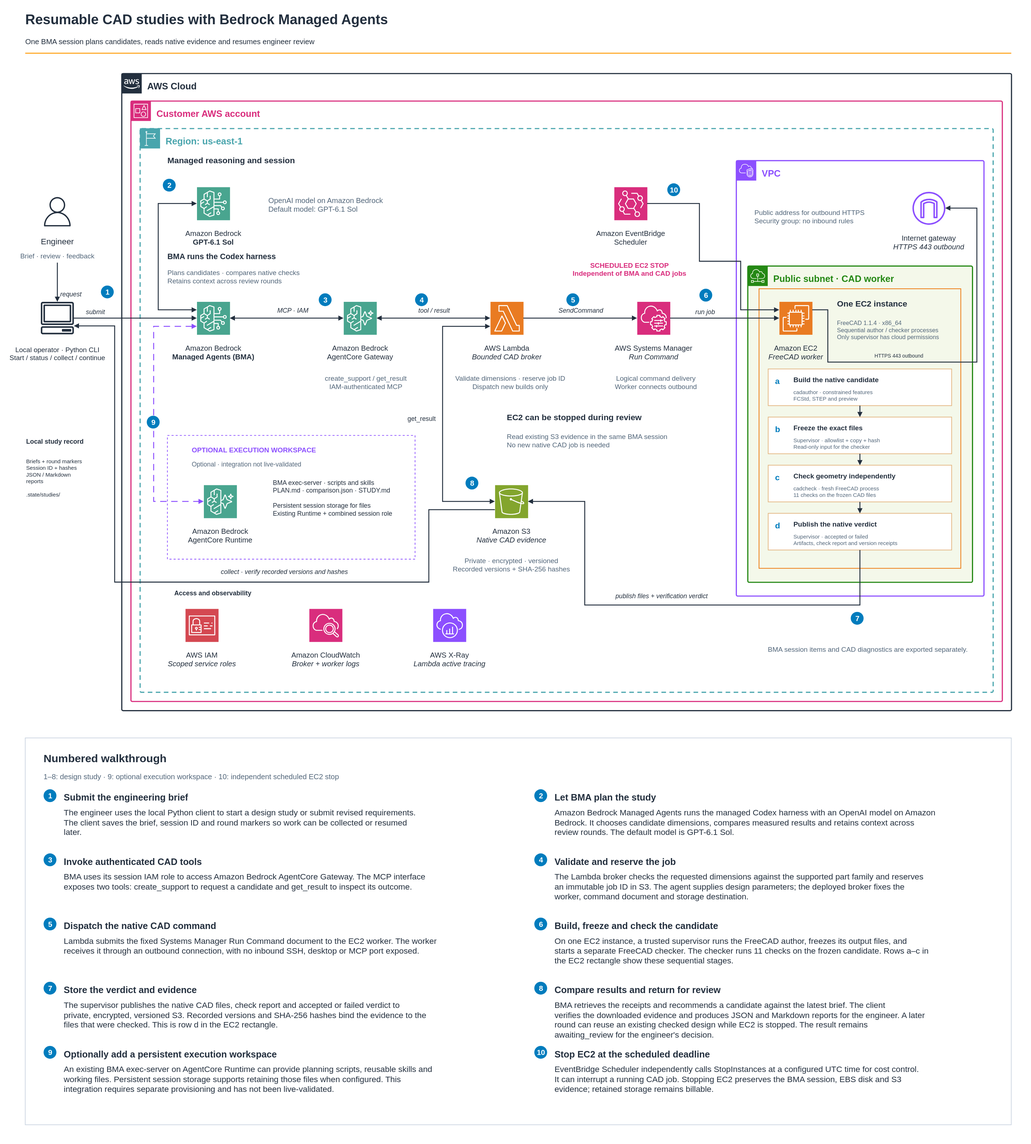
This is samples/cad-workflow/docs/architecture.svg from openai-on-aws/bedrock-managed-agents, a draw.io export, as it was before one commit. Source tidied: cells renumbered, new cells last; positions are measured from the earlier drawing's top-left corner, leaving out a move shared by most shapes.
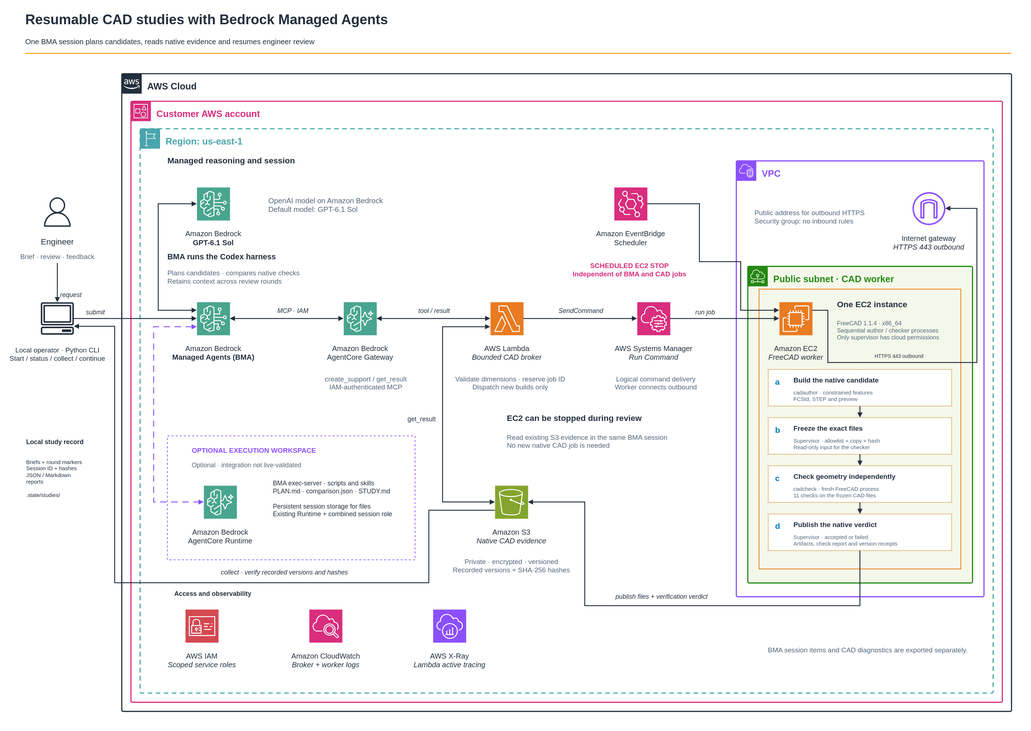
The same file after the commit.

Commit message:
Move the numbered architecture walkthrough into the README

What changed in the source:
```diff
@@ -395,134 +395,5 @@
         </Array>
       </mxGeometry>
     </mxCell>
-    <mxCell id="119" value="1" style="ellipse;html=1;align=center;verticalAlign=middle;fillColor=#007CBD;strokeColor=none;strokeWidth=1;fontColor=#FFFFFF;fontSize=16;fontStyle=1;shadow=0;glass=0;labelBackgroundColor=none;fontFamily=Helvetica;" parent="1" vertex="1">
-      <mxGeometry x="200" y="603" width="28" height="28" as="geometry" />
-    </mxCell>
-    <mxCell id="120" value="2" style="ellipse;html=1;align=center;verticalAlign=middle;fillColor=#007CBD;strokeColor=none;strokeWidth=1;fontColor=#FFFFFF;fontSize=16;fontStyle=1;shadow=0;glass=0;labelBackgroundColor=none;fontFamily=Helvetica;" parent="1" vertex="1">
-      <mxGeometry x="335" y="370" width="28" height="28" as="geometry" />
-    </mxCell>
-    <mxCell id="121" value="3" style="ellipse;html=1;align=center;verticalAlign=middle;fillColor=#007CBD;strokeColor=none;strokeWidth=1;fontColor=#FFFFFF;fontSize=16;fontStyle=1;shadow=0;glass=0;labelBackgroundColor=none;fontFamily=Helvetica;" parent="1" vertex="1">
-      <mxGeometry x="675" y="620" width="28" height="28" as="geometry" />
-    </mxCell>
-    <mxCell id="122" value="4" style="ellipse;html=1;align=center;verticalAlign=middle;fillColor=#007CBD;strokeColor=none;strokeWidth=1;fontColor=#FFFFFF;fontSize=16;fontStyle=1;shadow=0;glass=0;labelBackgroundColor=none;fontFamily=Helvetica;" parent="1" vertex="1">
-      <mxGeometry x="885" y="620" width="28" height="28" as="geometry" />
-    </mxCell>
-    <mxCell id="123" value="5" style="ellipse;html=1;align=center;verticalAlign=middle;fillColor=#007CBD;strokeColor=none;strokeWidth=1;fontColor=#FFFFFF;fontSize=16;fontStyle=1;shadow=0;glass=0;labelBackgroundColor=none;fontFamily=Helvetica;" parent="1" vertex="1">
-      <mxGeometry x="1215" y="620" width="28" height="28" as="geometry" />
-    </mxCell>
-    <mxCell id="124" value="6" style="ellipse;html=1;align=center;verticalAlign=middle;fillColor=#007CBD;strokeColor=none;strokeWidth=1;fontColor=#FFFFFF;fontSize=16;fontStyle=1;shadow=0;glass=0;labelBackgroundColor=none;fontFamily=Helvetica;" parent="1" vertex="1">
-      <mxGeometry x="1505" y="610" width="28" height="28" as="geometry" />
-    </mxCell>
-    <mxCell id="125" value="7" style="ellipse;html=1;align=center;verticalAlign=middle;fillColor=#007CBD;strokeColor=none;strokeWidth=1;fontColor=#FFFFFF;fontSize=16;fontStyle=1;shadow=0;glass=0;labelBackgroundColor=none;fontFamily=Helvetica;" parent="1" vertex="1">
-      <mxGeometry x="1835" y="1315" width="28" height="28" as="geometry" />
-    </mxCell>
-    <mxCell id="126" value="8" style="ellipse;html=1;align=center;verticalAlign=middle;fillColor=#007CBD;strokeColor=none;strokeWidth=1;fontColor=#FFFFFF;fontSize=16;fontStyle=1;shadow=0;glass=0;labelBackgroundColor=none;fontFamily=Helvetica;" parent="1" vertex="1">
-      <mxGeometry x="995" y="1020" width="28" height="28" as="geometry" />
-    </mxCell>
-    <mxCell id="127" value="9" style="ellipse;html=1;align=center;verticalAlign=middle;fillColor=#007CBD;strokeColor=none;strokeWidth=1;fontColor=#FFFFFF;fontSize=16;fontStyle=1;shadow=0;glass=0;labelBackgroundColor=none;fontFamily=Helvetica;" parent="1" vertex="1">
-      <mxGeometry x="300" y="887" width="28" height="28" as="geometry" />
-    </mxCell>
-    <mxCell id="128" value="10" style="ellipse;html=1;align=center;verticalAlign=middle;fillColor=#007CBD;strokeColor=none;strokeWidth=1;fontColor=#FFFFFF;fontSize=16;fontStyle=1;shadow=0;glass=0;labelBackgroundColor=none;fontFamily=Helvetica;" parent="1" vertex="1">
-      <mxGeometry x="1435" y="380" width="28" height="28" as="geometry" />
-    </mxCell>
-    <mxCell id="129" style="rounded=0;html=1;strokeWidth=1.5;strokeColor=#CBD5E1;fillColor=light-dark(#FFFFFF,#151F2D);fillStyle=auto;dashed=0;fontFamily=Helvetica;" parent="1" vertex="1">
-      <mxGeometry x="35" y="1590" width="2150" height="844" as="geometry" />
-    </mxCell>
-    <mxCell id="130" value="Numbered walkthrough" style="text;html=1;whiteSpace=wrap;strokeColor=none;fillColor=none;align=left;verticalAlign=top;fontSize=24;fontStyle=1;fontColor=light-dark(#232F3E,#F4F7FA);spacing=0;overflow=hidden;fontFamily=Helvetica;" parent="129" vertex="1">
-      <mxGeometry x="40" y="26" width="2070" height="34" as="geometry" />
-    </mxCell>
-    <mxCell id="131" value="1–8: design study  ·  9: optional execution workspace  ·  10: independent scheduled EC2 stop" style="text;html=1;whiteSpace=wrap;strokeColor=none;fillColor=none;align=left;verticalAlign=top;fontSize=16;fontStyle=0;fontColor=light-dark(#52667A,#BDCADA);spacing=0;overflow=hidden;fontFamily=Helvetica;" parent="129" vertex="1">
-      <mxGeometry x="40" y="70" width="2070" height="24" as="geometry" />
-    </mxCell>
-    <mxCell id="132" value="1" style="ellipse;html=1;align=center;verticalAlign=middle;fillColor=#007CBD;strokeColor=none;strokeWidth=1;fontColor=#FFFFFF;fontSize=16;fontStyle=1;shadow=0;glass=0;labelBackgroundColor=none;fontFamily=Helvetica;" parent="129" vertex="1">
-      <mxGeometry x="40" y="112" width="28" height="28" as="geometry" />
-    </mxCell>
-    <mxCell id="133" value="Submit the engineering brief" style="text;html=1;whiteSpace=wrap;strokeColor=none;fillColor=none;align=left;verticalAlign=top;fontSize=20;fontStyle=1;fontColor=light-dark(#232F3E,#F4F7FA);spacing=0;overflow=hidden;fontFamily=Helvetica;" parent="129" vertex="1">
-      <mxGeometry x="84" y="113" width="948" height="29" as="geometry" />
-    </mxCell>
-    <mxCell id="134" value="The engineer uses the local Python client to start a design study or submit revised requirements.&lt;br/&gt;The client saves the brief, session ID and round markers so work can be collected or resumed&lt;br/&gt;later." style="text;html=1;whiteSpace=wrap;strokeColor=none;fillColor=none;align=left;verticalAlign=top;fontSize=18;fontStyle=0;fontColor=light-dark(#232F3E,#F4F7FA);spacing=0;overflow=hidden;fontFamily=Helvetica;" parent="129" vertex="1">
-      <mxGeometry x="84" y="148" width="948" height="94" as="geometry" />
-    </mxCell>
-    <mxCell id="135" value="2" style="ellipse;html=1;align=center;verticalAlign=middle;fillColor=#007CBD;strokeColor=none;strokeWidth=1;fontColor=#FFFFFF;fontSize=16;fontStyle=1;shadow=0;glass=0;labelBackgroundColor=none;fontFamily=Helvetica;" parent="129" vertex="1">
-      <mxGeometry x="1110" y="112" width="28" height="28" as="geometry" />
-    </mxCell>
-    <mxCell id="136" value="Let BMA plan the study" style="text;html=1;whiteSpace=wrap;strokeColor=none;fillColor=none;align=left;verticalAlign=top;fontSize=20;fontStyle=1;fontColor=light-dark(#232F3E,#F4F7FA);spacing=0;overflow=hidden;fontFamily=Helvetica;" parent="129" vertex="1">
-      <mxGeometry x="1154" y="113" width="948" height="29" as="geometry" />
-    </mxCell>
-    <mxCell id="137" value="Amazon Bedrock Managed Agents runs the managed Codex harness with an OpenAI model on Amazon&lt;br/&gt;Bedrock. It chooses candidate dimensions, compares measured results and retains context across&lt;br/&gt;review rounds. The default model is GPT-6.1 Sol." style="text;html=1;whiteSpace=wrap;strokeColor=none;fillColor=none;align=left;verticalAlign=top;fontSize=18;fontStyle=0;fontColor=light-dark(#232F3E,#F4F7FA);spacing=0;overflow=hidden;fontFamily=Helvetica;" parent="129" vertex="1">
-      <mxGeometry x="1154" y="148" width="948" height="94" as="geometry" />
-    </mxCell>
-    <mxCell id="138" value="3" style="ellipse;html=1;align=center;verticalAlign=middle;fillColor=#007CBD;strokeColor=none;strokeWidth=1;fontColor=#FFFFFF;fontSize=16;fontStyle=1;shadow=0;glass=0;labelBackgroundColor=none;fontFamily=Helvetica;" parent="129" vertex="1">
-      <mxGeometry x="40" y="252" width="28" height="28" as="geometry" />
-    </mxCell>
-    <mxCell id="139" value="Invoke authenticated CAD tools" style="text;html=1;whiteSpace=wrap;strokeColor=none;fillColor=none;align=left;verticalAlign=top;fontSize=20;fontStyle=1;fontColor=light-dark(#232F3E,#F4F7FA);spacing=0;overflow=hidden;fontFamily=Helvetica;" parent="129" vertex="1">
-      <mxGeometry x="84" y="253" width="948" height="29" as="geometry" />
-    </mxCell>
-    <mxCell id="140" value="BMA uses its session IAM role to access Amazon Bedrock AgentCore Gateway. The MCP interface&lt;br/&gt;exposes two tools: create_support to request a candidate and get_result to inspect its outcome." style="text;html=1;whiteSpace=wrap;strokeColor=none;fillColor=none;align=left;verticalAlign=top;fontSize=18;fontStyle=0;fontColor=light-dark(#232F3E,#F4F7FA);spacing=0;overflow=hidden;fontFamily=Helvetica;" parent="129" vertex="1">
-      <mxGeometry x="84" y="288" width="948" height="94" as="geometry" />
-    </mxCell>
-    <mxCell id="141" value="4" style="ellipse;html=1;align=center;verticalAlign=middle;fillColor=#007CBD;strokeColor=none;strokeWidth=1;fontColor=#FFFFFF;fontSize=16;fontStyle=1;shadow=0;glass=0;labelBackgroundColor=none;fontFamily=Helvetica;" parent="129" vertex="1">
-      <mxGeometry x="1110" y="252" width="28" height="28" as="geometry" />
-    </mxCell>
-    <mxCell id="142" value="Validate and reserve the job" style="text;html=1;whiteSpace=wrap;strokeColor=none;fillColor=none;align=left;verticalAlign=top;fontSize=20;fontStyle=1;fontColor=light-dark(#232F3E,#F4F7FA);spacing=0;overflow=hidden;fontFamily=Helvetica;" parent="129" vertex="1">
-      <mxGeometry x="1154" y="253" width="948" height="29" as="geometry" />
-    </mxCell>
-    <mxCell id="143" value="The Lambda broker checks the requested dimensions against the supported part family and reserves&lt;br/&gt;an immutable job ID in S3. The agent supplies design parameters; the deployed broker fixes the&lt;br/&gt;worker, command document and storage destination." style="text;html=1;whiteSpace=wrap;strokeColor=none;fillColor=none;align=left;verticalAlign=top;fontSize=18;fontStyle=0;fontColor=light-dark(#232F3E,#F4F7FA);spacing=0;overflow=hidden;fontFamily=Helvetica;" parent="129" vertex="1">
-      <mxGeometry x="1154" y="288" width="948" height="94" as="geometry" />
-    </mxCell>
-    <mxCell id="144" value="5" style="ellipse;html=1;align=center;verticalAlign=middle;fillColor=#007CBD;strokeColor=none;strokeWidth=1;fontColor=#FFFFFF;fontSize=16;fontStyle=1;shadow=0;glass=0;labelBackgroundColor=none;fontFamily=Helvetica;" parent="129" vertex="1">
-      <mxGeometry x="40" y="392" width="28" height="28" as="geometry" />
-    </mxCell>
-    <mxCell id="145" value="Dispatch the native CAD command" style="text;html=1;whiteSpace=wrap;strokeColor=none;fillColor=none;align=left;verticalAlign=top;fontSize=20;fontStyle=1;fontColor=light-dark(#232F3E,#F4F7FA);spacing=0;overflow=hidden;fontFamily=Helvetica;" parent="129" vertex="1">
-      <mxGeometry x="84" y="393" width="948" height="29" as="geometry" />
-    </mxCell>
-    <mxCell id="146" value="Lambda submits the fixed Systems Manager Run Command document to the EC2 worker. The worker&lt;br/&gt;receives it through an outbound connection, with no inbound SSH, desktop or MCP port exposed." style="text;html=1;whiteSpace=wrap;strokeColor=none;fillColor=none;align=left;verticalAlign=top;fontSize=18;fontStyle=0;fontColor=light-dark(#232F3E,#F4F7FA);spacing=0;overflow=hidden;fontFamily=Helvetica;" parent="129" vertex="1">
-      <mxGeometry x="84" y="428" width="948" height="94" as="geometry" />
-    </mxCell>
-    <mxCell id="147" value="6" style="ellipse;html=1;align=center;verticalAlign=middle;fillColor=#007CBD;strokeColor=none;strokeWidth=1;fontColor=#FFFFFF;fontSize=16;fontStyle=1;shadow=0;glass=0;labelBackgroundColor=none;fontFamily=Helvetica;" parent="129" vertex="1">
-      <mxGeometry x="1110" y="392" width="28" height="28" as="geometry" />
-    </mxCell>
-    <mxCell id="148" value="Build, freeze and check the candidate" style="text;html=1;whiteSpace=wrap;strokeColor=none;fillColor=none;align=left;verticalAlign=top;fontSize=20;fontStyle=1;fontColor=light-dark(#232F3E,#F4F7FA);spacing=0;overflow=hidden;fontFamily=Helvetica;" parent="129" vertex="1">
-      <mxGeometry x="1154" y="393" width="948" height="29" as="geometry" />
-    </mxCell>
-    <mxCell id="149" value="On one EC2 instance, a trusted supervisor runs the FreeCAD author, freezes its output files, and&lt;br/&gt;starts a separate FreeCAD checker. The checker runs 11 checks on the frozen candidate. Rows a–c in&lt;br/&gt;the EC2 rectangle show these sequential stages." style="text;html=1;whiteSpace=wrap;strokeColor=none;fillColor=none;align=left;verticalAlign=top;fontSize=18;fontStyle=0;fontColor=light-dark(#232F3E,#F4F7FA);spacing=0;overflow=hidden;fontFamily=Helvetica;" parent="129" vertex="1">
-      <mxGeometry x="1154" y="428" width="948" height="94" as="geometry" />
-    </mxCell>
-    <mxCell id="150" value="7" style="ellipse;html=1;align=center;verticalAlign=middle;fillColor=#007CBD;strokeColor=none;strokeWidth=1;fontColor=#FFFFFF;fontSize=16;fontStyle=1;shadow=0;glass=0;labelBackgroundColor=none;fontFamily=Helvetica;" parent="129" vertex="1">
-      <mxGeometry x="40" y="532" width="28" height="28" as="geometry" />
-    </mxCell>
-    <mxCell id="151" value="Store the verdict and evidence" style="text;html=1;whiteSpace=wrap;strokeColor=none;fillColor=none;align=left;verticalAlign=top;fontSize=20;fontStyle=1;fontColor=light-dark(#232F3E,#F4F7FA);spacing=0;overflow=hidden;fontFamily=Helvetica;" parent="129" vertex="1">
-      <mxGeometry x="84" y="533" width="948" height="29" as="geometry" />
-    </mxCell>
-    <mxCell id="152" value="The supervisor publishes the native CAD files, check report and accepted or failed verdict to&lt;br/&gt;private, encrypted, versioned S3. Recorded versions and SHA-256 hashes bind the evidence to the&lt;br/&gt;files that were checked. This is row d in the EC2 rectangle." style="text;html=1;whiteSpace=wrap;strokeColor=none;fillColor=none;align=left;verticalAlign=top;fontSize=18;fontStyle=0;fontColor=light-dark(#232F3E,#F4F7FA);spacing=0;overflow=hidden;fontFamily=Helvetica;" parent="129" vertex="1">
-      <mxGeometry x="84" y="568" width="948" height="94" as="geometry" />
-    </mxCell>
-    <mxCell id="153" value="8" style="ellipse;html=1;align=center;verticalAlign=middle;fillColor=#007CBD;strokeColor=none;strokeWidth=1;fontColor=#FFFFFF;fontSize=16;fontStyle=1;shadow=0;glass=0;labelBackgroundColor=none;fontFamily=Helvetica;" parent="129" vertex="1">
-      <mxGeometry x="1110" y="532" width="28" height="28" as="geometry" />
-    </mxCell>
-    <mxCell id="154" value="Compare results and return for review" style="text;html=1;whiteSpace=wrap;strokeColor=none;fillColor=none;align=left;verticalAlign=top;fontSize=20;fontStyle=1;fontColor=light-dark(#232F3E,#F4F7FA);spacing=0;overflow=hidden;fontFamily=Helvetica;" parent="129" vertex="1">
-      <mxGeometry x="1154" y="533" width="948" height="29" as="geometry" />
-    </mxCell>
-    <mxCell id="155" value="BMA retrieves the receipts and recommends a candidate against the latest brief. The client&lt;br/&gt;verifies the downloaded evidence and produces JSON and Markdown reports for the engineer. A later&lt;br/&gt;round can reuse an existing checked design while EC2 is stopped. The result remains&lt;br/&gt;awaiting_review for the engineer&amp;#x27;s decision." style="text;html=1;whiteSpace=wrap;strokeColor=none;fillColor=none;align=left;verticalAlign=top;fontSize=18;fontStyle=0;fontColor=light-dark(#232F3E,#F4F7FA);spacing=0;overflow=hidden;fontFamily=Helvetica;" parent="129" vertex="1">
-      <mxGeometry x="1154" y="568" width="948" height="94" as="geometry" />
-    </mxCell>
-    <mxCell id="156" value="9" style="ellipse;html=1;align=center;verticalAlign=middle;fillColor=#007CBD;strokeColor=none;strokeWidth=1;fontColor=#FFFFFF;fontSize=16;fontStyle=1;shadow=0;glass=0;labelBackgroundColor=none;fontFamily=Helvetica;" parent="129" vertex="1">
-      <mxGeometry x="40" y="672" width="28" height="28" as="geometry" />
-    </mxCell>
-    <mxCell id="157" value="Optionally add a persistent execution workspace" style="text;html=1;whiteSpace=wrap;strokeColor=none;fillColor=none;align=left;verticalAlign=top;fontSize=20;fontStyle=1;fontColor=light-dark(#232F3E,#F4F7FA);spacing=0;overflow=hidden;fontFamily=Helvetica;" parent="129" vertex="1">
-      <mxGeometry x="84" y="673" width="948" height="29" as="geometry" />
-    </mxCell>
-    <mxCell id="158" value="An existing BMA exec-server on AgentCore Runtime can provide planning scripts, reusable skills and&lt;br/&gt;working files. Persistent session storage supports retaining those files when configured. This&lt;br/&gt;integration requires separate provisioning and has not been live-validated." style="text;html=1;whiteSpace=wrap;strokeColor=none;fillColor=none;align=left;verticalAlign=top;fontSize=18;fontStyle=0;fontColor=light-dark(#232F3E,#F4F7FA);spacing=0;overflow=hidden;fontFamily=Helvetica;" parent="129" vertex="1">
-      <mxGeometry x="84" y="708" width="948" height="94" as="geometry" />
-    </mxCell>
-    <mxCell id="159" value="10" style="ellipse;html=1;align=center;verticalAlign=middle;fillColor=#007CBD;strokeColor=none;strokeWidth=1;fontColor=#FFFFFF;fontSize=16;fontStyle=1;shadow=0;glass=0;labelBackgroundColor=none;fontFamily=Helvetica;" parent="129" vertex="1">
-      <mxGeometry x="1110" y="672" width="28" height="28" as="geometry" />
-    </mxCell>
-    <mxCell id="160" value="Stop EC2 at the scheduled deadline" style="text;html=1;whiteSpace=wrap;strokeColor=none;fillColor=none;align=left;verticalAlign=top;fontSize=20;fontStyle=1;fontColor=light-dark(#232F3E,#F4F7FA);spacing=0;overflow=hidden;fontFamily=Helvetica;" parent="129" vertex="1">
-      <mxGeometry x="1154" y="673" width="948" height="29" as="geometry" />
-    </mxCell>
-    <mxCell id="161" value="EventBridge Scheduler independently calls StopInstances at a configured UTC time for cost control.&lt;br/&gt;It can interrupt a running CAD job. Stopping EC2 preserves the BMA session, EBS disk and S3&lt;br/&gt;evidence; retained storage remains billable." style="text;html=1;whiteSpace=wrap;strokeColor=none;fillColor=none;align=left;verticalAlign=top;fontSize=18;fontStyle=0;fontColor=light-dark(#232F3E,#F4F7FA);spacing=0;overflow=hidden;fontFamily=Helvetica;" parent="129" vertex="1">
-      <mxGeometry x="1154" y="708" width="948" height="94" as="geometry" />
-    </mxCell>
   </root>
 </mxGraphModel>
```
